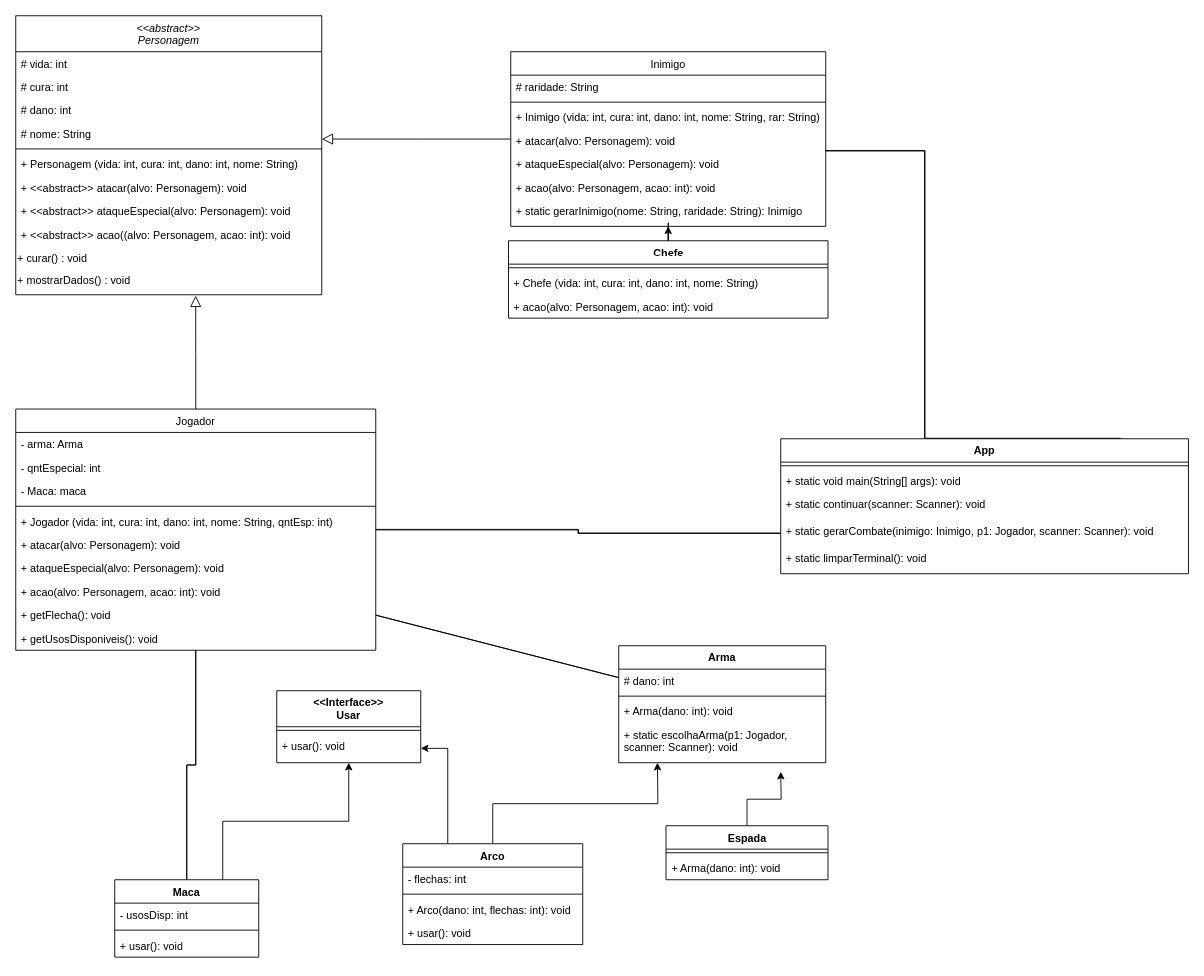
RomyMartinez/provaDePOO keeps this draw.io diagram as Diagrama.drawio. Above is the earlier version. Source tidied: cells renumbered, new cells numbered last; positions are measured from the earlier drawing's top-left corner, leaving out a move shared by most shapes. Both pictures are drawn from the tidied source at 90%, with x=0, y=0 at pixel (15, 15).
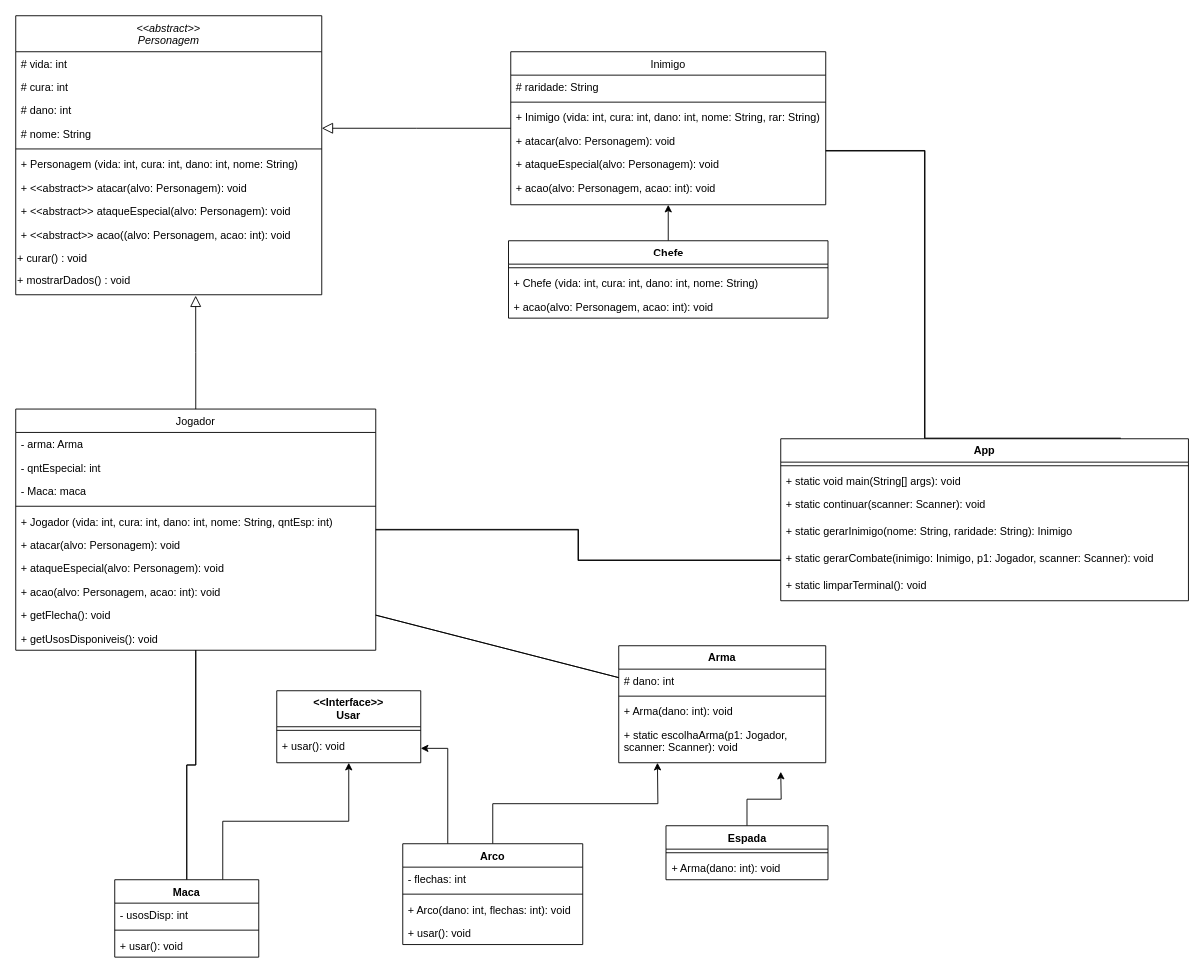
The same page after the edit.

Change to the diagram source:
```diff
@@
     <mxCell id="28" value="Inimigo" style="swimlane;fontStyle=0;align=center;verticalAlign=top;horizontal=1;startSize=26;rounded=0;shadow=0;strokeWidth=1;" parent="1" vertex="1">
-      <mxGeometry x="550" y="40" width="350" height="194" as="geometry" />
+      <mxGeometry x="550" y="40" width="350" height="170" as="geometry" />
     </mxCell>
@@
-    <mxCell id="35" value="+&amp;nbsp;static gerarInimigo(nome: String, raridade: String): Inimigo" style="text;strokeColor=none;fillColor=none;align=left;verticalAlign=top;spacingLeft=4;spacingRight=4;overflow=hidden;whiteSpace=wrap;html=1;" parent="28" vertex="1">
-      <mxGeometry y="164" width="350" height="30" as="geometry" />
-    </mxCell>
@@
     <mxCell id="65" value="App" style="swimlane;fontStyle=1;align=center;verticalAlign=top;horizontal=1;startSize=26;whiteSpace=wrap;html=1;" parent="1" vertex="1">
-      <mxGeometry x="850" y="470" width="453" height="150" as="geometry" />
+      <mxGeometry x="850" y="470" width="453" height="180" as="geometry" />
     </mxCell>
@@
+    <mxCell id="35" value="+&amp;nbsp;static gerarInimigo(nome: String, raridade: String): Inimigo" style="text;strokeColor=none;fillColor=none;align=left;verticalAlign=top;spacingLeft=4;spacingRight=4;overflow=hidden;whiteSpace=wrap;html=1;" parent="65" vertex="1">
+      <mxGeometry y="90" width="453" height="30" as="geometry" />
+    </mxCell>
     <mxCell id="69" value="+&amp;nbsp;static gerarCombate(inimigo: Inimigo, p1: Jogador, scanner: Scanner): void" style="text;strokeColor=none;fillColor=none;align=left;verticalAlign=top;spacingLeft=4;spacingRight=4;overflow=hidden;points=[[0,0.5],[1,0.5]];portConstraint=eastwest;whiteSpace=wrap;html=1;" parent="65" vertex="1">
-      <mxGeometry y="90" width="453" height="30" as="geometry" />
+      <mxGeometry y="120" width="453" height="30" as="geometry" />
     </mxCell>
     <mxCell id="70" value="+&amp;nbsp;static limparTerminal(): void" style="text;strokeColor=none;fillColor=none;align=left;verticalAlign=top;spacingLeft=4;spacingRight=4;overflow=hidden;whiteSpace=wrap;html=1;" parent="65" vertex="1">
-      <mxGeometry y="120" width="453" height="30" as="geometry" />
+      <mxGeometry y="150" width="453" height="30" as="geometry" />
     </mxCell>
```
